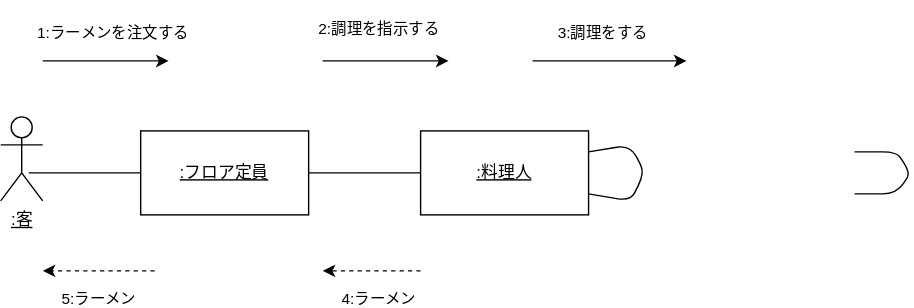
This is 例題5-1_ラーメン注文配膳.drawio.svg from tomatocafe123/uml_introduction, a draw.io export, as it was before one commit. Source tidied: cells renumbered, new cells last; positions are measured from the earlier drawing's top-left corner, leaving out a move shared by most shapes.
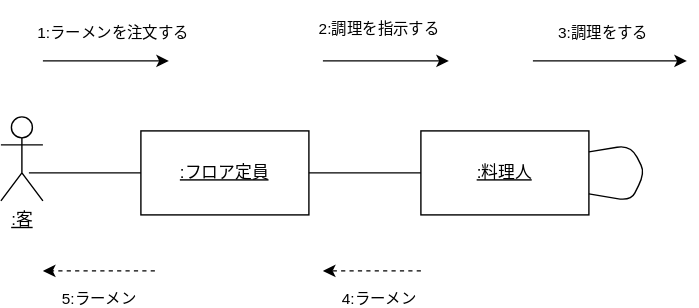
Above is the later version.

Diff of the diagram source:
```diff
@@ -28,17 +28,6 @@
         </Array>
       </mxGeometry>
     </mxCell>
-    <mxCell id="8" style="endArrow=none;html=1;entryX=1;entryY=0.25;entryDx=0;entryDy=0;exitX=1;exitY=0.75;exitDx=0;exitDy=0;" parent="1" edge="1">
-      <mxGeometry relative="1" as="geometry">
-        <mxPoint x="610" y="95" as="sourcePoint" />
-        <mxPoint x="610" y="65" as="targetPoint" />
-        <Array as="points">
-          <mxPoint x="640" y="95" />
-          <mxPoint x="650" y="80" />
-          <mxPoint x="640" y="65" />
-        </Array>
-      </mxGeometry>
-    </mxCell>
     <mxCell id="9" value="1:ラーメンを注文する" style="endArrow=classic;html=1;" parent="1" edge="1">
       <mxGeometry x="0.11" y="20" relative="1" as="geometry">
         <mxPoint x="30" as="sourcePoint" />
```
